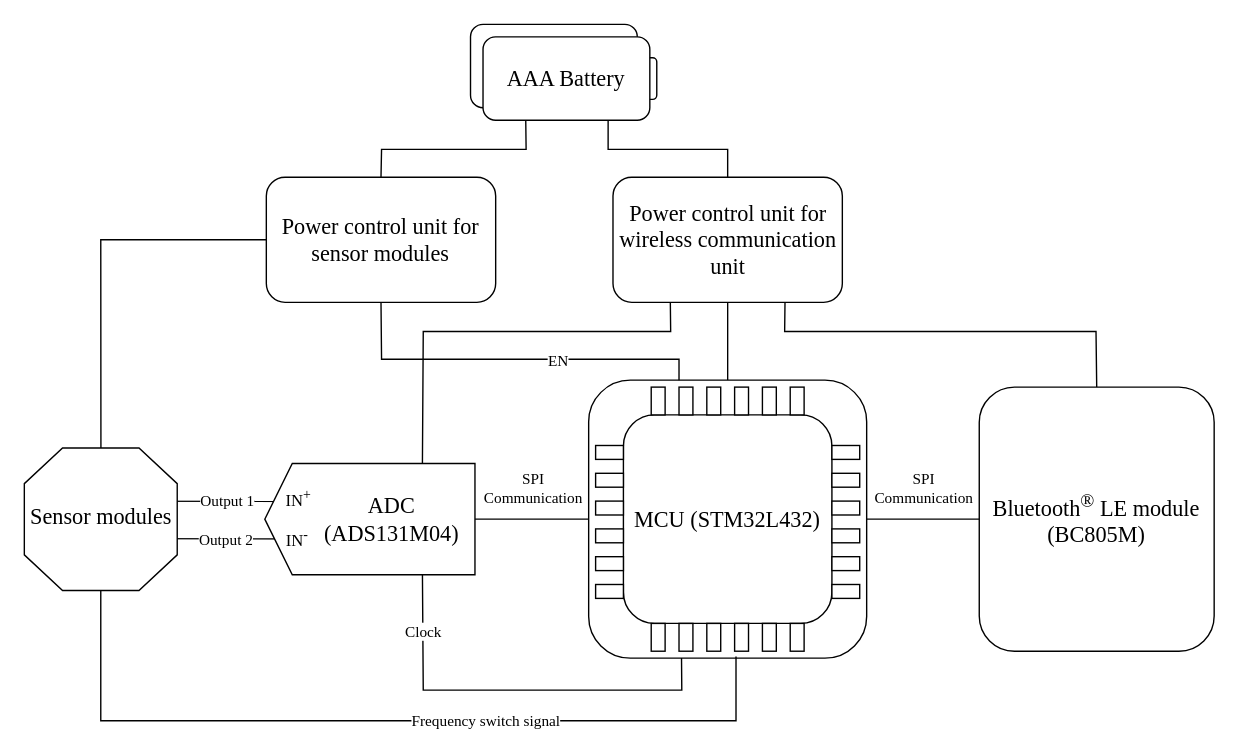
Earlier version of the draw.io diagram 名称未設定ファイル.drawio (10matcho27/drawio_figure). Source tidied: cells renumbered, new cells numbered last; positions are measured from the earlier drawing's top-left corner, leaving out a move shared by most shapes. Both pictures are drawn from the tidied source at 139%, with x=0, y=0 at pixel (24, 24).
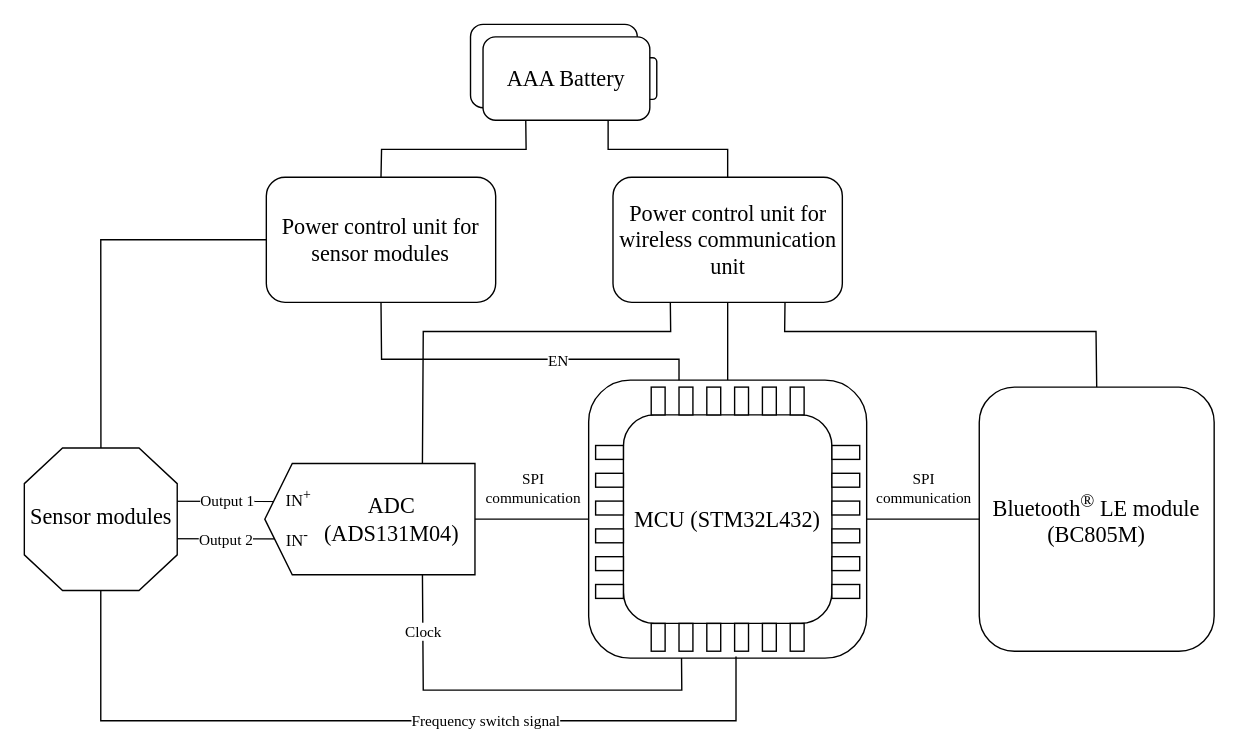
After the change.

Commit message:
名称未設定ファイル.drawio を更新します

Unchanged cells that the change refers to:
```xml
<mxCell id="36" style="endArrow=none;html=1;rounded=0;entryX=0;entryY=0.5;entryDx=0;entryDy=0;" parent="1" edge="1" source="58" target="8">
  <mxGeometry relative="1" as="geometry" />
</mxCell>
<mxCell id="38" style="endArrow=none;html=1;rounded=0;entryX=0;entryY=0.5;entryDx=0;entryDy=0;exitX=1;exitY=0.5;exitDx=0;exitDy=0;" parent="1" edge="1" source="8" target="3">
  <mxGeometry relative="1" as="geometry" />
</mxCell>
```

Diff of the diagram source:
```diff
@@
-    <mxCell id="37" value="&lt;div&gt;&lt;font face=&quot;Times New Roman&quot;&gt;SPI&lt;/font&gt;&lt;/div&gt;&lt;div&gt;&lt;font face=&quot;Times New Roman&quot;&gt;Communication&lt;br&gt;&lt;/font&gt;&lt;/div&gt;" style="edgeLabel;html=1;align=center;verticalAlign=middle;" parent="36" vertex="1">
+    <mxCell id="37" value="&lt;div&gt;&lt;font face=&quot;Times New Roman&quot;&gt;SPI&lt;/font&gt;&lt;/div&gt;&lt;div&gt;&lt;font face=&quot;Times New Roman&quot;&gt;communication&lt;br&gt;&lt;/font&gt;&lt;/div&gt;" style="edgeLabel;html=1;align=center;verticalAlign=middle;" parent="36" vertex="1">
       <mxGeometry x="0.22" relative="1" as="geometry">
         <mxPoint x="-9" y="-23" as="offset" />
       </mxGeometry>
     </mxCell>
@@
-    <mxCell id="39" value="&lt;div&gt;&lt;font face=&quot;Times New Roman&quot;&gt;SPI&lt;/font&gt;&lt;/div&gt;&lt;div&gt;&lt;font face=&quot;Times New Roman&quot;&gt;Communication&lt;/font&gt;&lt;/div&gt;" style="edgeLabel;html=1;align=center;verticalAlign=middle;" parent="38" vertex="1">
+    <mxCell id="39" value="&lt;div&gt;&lt;font face=&quot;Times New Roman&quot;&gt;SPI&lt;/font&gt;&lt;/div&gt;&lt;div&gt;&lt;font face=&quot;Times New Roman&quot;&gt;communication&lt;/font&gt;&lt;/div&gt;" style="edgeLabel;html=1;align=center;verticalAlign=middle;" parent="38" vertex="1">
       <mxGeometry x="-0.07" relative="1" as="geometry">
         <mxPoint x="2" y="-23" as="offset" />
       </mxGeometry>
     </mxCell>
```
